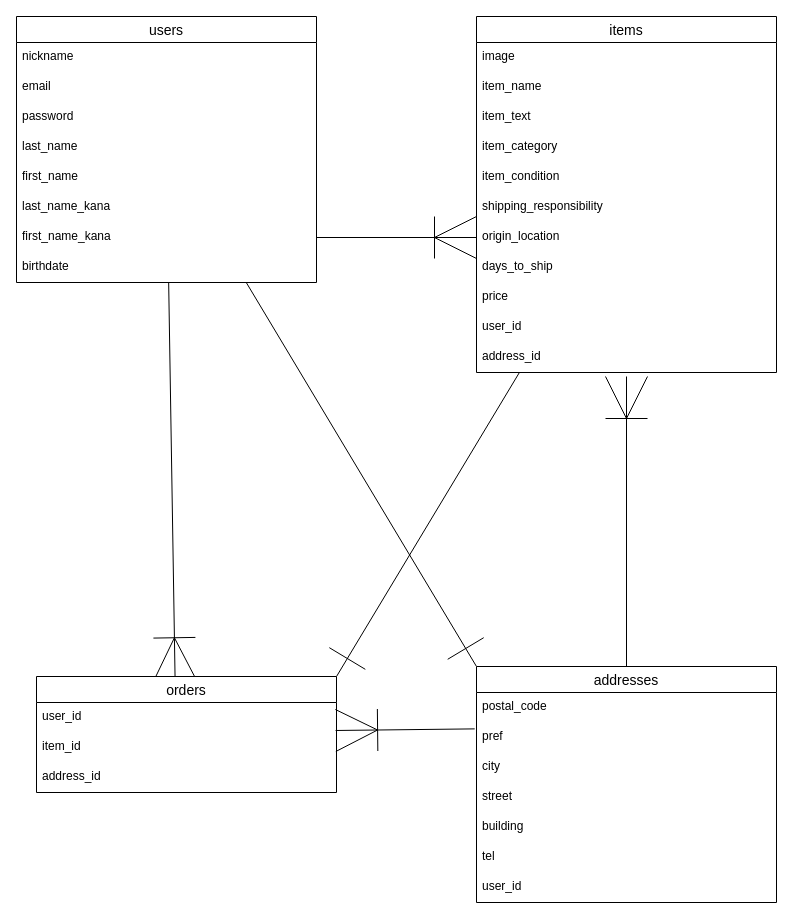
Above: ER.dio in mayaaki/furima-39739 (draw.io), before the change. Source tidied: cells renumbered, new cells numbered last; positions are measured from the earlier drawing's top-left corner, leaving out a move shared by most shapes. Both pictures are drawn from the tidied source at 100%, with x=0, y=0 at pixel (16, 16).
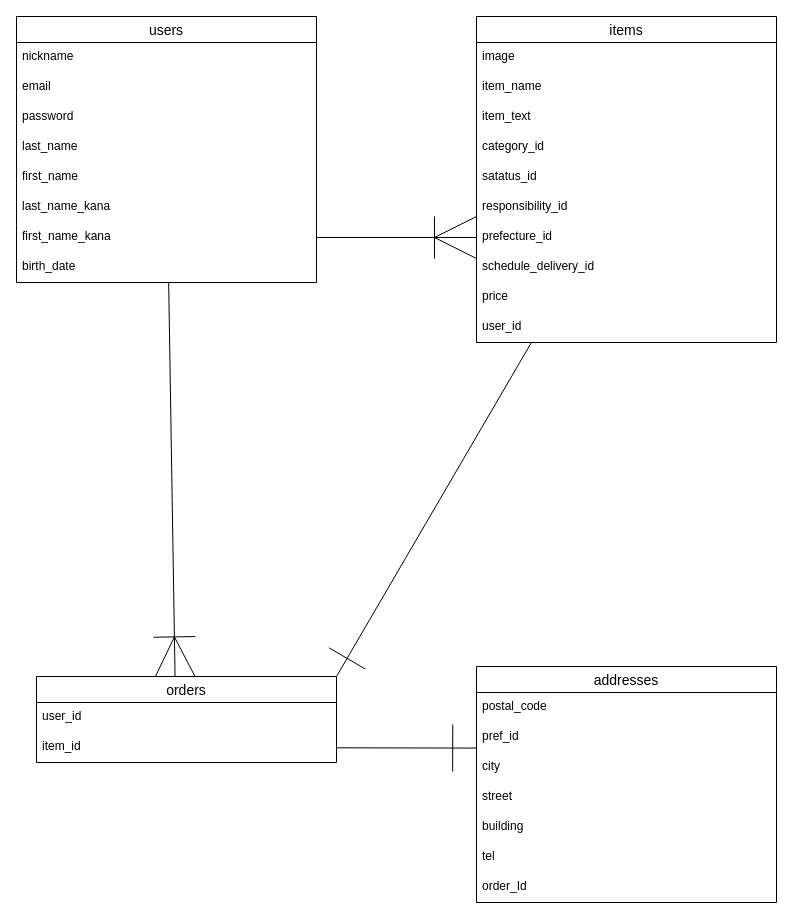
The same page after the edit.

Commit message (it also covers changes not shown here):
データベース設計　修正

The change refers to these unchanged cells:
```xml
<mxCell id="4" value="users" style="swimlane;fontStyle=0;horizontal=1;startSize=26;align=center;fontSize=14;" parent="1" vertex="1">
  <mxGeometry width="300" height="266" as="geometry" />
</mxCell>
<mxCell id="27" value="user_id" style="text;strokeColor=none;fillColor=none;spacingLeft=4;spacingRight=4;overflow=hidden;points=[[0,0.5],[1,0.5]];portConstraint=eastwest;fontSize=12;" parent="26" vertex="1">
  <mxGeometry y="26" width="300" height="30" as="geometry" />
</mxCell>
<mxCell id="28" value="item_id" style="text;strokeColor=none;fillColor=none;spacingLeft=4;spacingRight=4;overflow=hidden;points=[[0,0.5],[1,0.5]];portConstraint=eastwest;fontSize=12;" parent="26" vertex="1">
  <mxGeometry y="56" width="300" height="30" as="geometry" />
</mxCell>
<mxCell id="31" value="addresses" style="swimlane;fontStyle=0;horizontal=1;startSize=26;align=center;fontSize=14;" parent="1" vertex="1">
  <mxGeometry x="460" y="650" width="300" height="236" as="geometry" />
</mxCell>
<mxCell id="34" value="city" style="text;strokeColor=none;fillColor=none;spacingLeft=4;spacingRight=4;overflow=hidden;points=[[0,0.5],[1,0.5]];portConstraint=eastwest;fontSize=12;" parent="31" vertex="1">
  <mxGeometry y="86" width="300" height="30" as="geometry" />
</mxCell>
```

Diff of the diagram source:
```diff
@@
-    <mxCell id="3" style="edgeStyle=none;jumpSize=10;html=1;entryX=0;entryY=0;entryDx=0;entryDy=0;endArrow=ERone;endFill=0;startSize=6;endSize=40;targetPerimeterSpacing=0;" parent="1" edge="1" source="4" target="31">
-      <mxGeometry relative="1" as="geometry" />
-    </mxCell>
@@
-    <mxCell id="12" value="birthdate" style="text;strokeColor=none;fillColor=none;spacingLeft=4;spacingRight=4;overflow=hidden;fontSize=12;" parent="4" vertex="1">
+    <mxCell id="12" value="birth_date" style="text;strokeColor=none;fillColor=none;spacingLeft=4;spacingRight=4;overflow=hidden;fontSize=12;" parent="4" vertex="1">
       <mxGeometry y="236" width="300" height="30" as="geometry" />
     </mxCell>
@@
     <mxCell id="14" value="items" style="swimlane;fontStyle=0;horizontal=1;startSize=26;align=center;fontSize=14;" parent="1" vertex="1">
-      <mxGeometry x="460" width="300" height="356" as="geometry" />
+      <mxGeometry x="460" width="300" height="326" as="geometry" />
     </mxCell>
@@
-    <mxCell id="18" value="item_category" style="text;strokeColor=none;fillColor=none;spacingLeft=4;spacingRight=4;overflow=hidden;fontSize=12;" parent="14" vertex="1">
+    <mxCell id="18" value="category_id" style="text;strokeColor=none;fillColor=none;spacingLeft=4;spacingRight=4;overflow=hidden;fontSize=12;" parent="14" vertex="1">
       <mxGeometry y="116" width="300" height="30" as="geometry" />
     </mxCell>
-    <mxCell id="19" value="item_condition" style="text;strokeColor=none;fillColor=none;spacingLeft=4;spacingRight=4;overflow=hidden;fontSize=12;" parent="14" vertex="1">
+    <mxCell id="19" value="satatus_id" style="text;strokeColor=none;fillColor=none;spacingLeft=4;spacingRight=4;overflow=hidden;fontSize=12;" parent="14" vertex="1">
       <mxGeometry y="146" width="300" height="30" as="geometry" />
     </mxCell>
-    <mxCell id="20" value="shipping_responsibility" style="text;strokeColor=none;fillColor=none;spacingLeft=4;spacingRight=4;overflow=hidden;fontSize=12;" parent="14" vertex="1">
+    <mxCell id="20" value="responsibility_id" style="text;strokeColor=none;fillColor=none;spacingLeft=4;spacingRight=4;overflow=hidden;fontSize=12;" parent="14" vertex="1">
       <mxGeometry y="176" width="300" height="30" as="geometry" />
     </mxCell>
-    <mxCell id="21" value="origin_location" style="text;strokeColor=none;fillColor=none;spacingLeft=4;spacingRight=4;overflow=hidden;points=[[0,0.5],[1,0.5]];portConstraint=eastwest;fontSize=12;" parent="14" vertex="1">
+    <mxCell id="21" value="prefecture_id" style="text;strokeColor=none;fillColor=none;spacingLeft=4;spacingRight=4;overflow=hidden;points=[[0,0.5],[1,0.5]];portConstraint=eastwest;fontSize=12;" parent="14" vertex="1">
       <mxGeometry y="206" width="300" height="30" as="geometry" />
     </mxCell>
-    <mxCell id="22" value="days_to_ship" style="text;strokeColor=none;fillColor=none;spacingLeft=4;spacingRight=4;overflow=hidden;fontSize=12;" parent="14" vertex="1">
+    <mxCell id="22" value="schedule_delivery_id" style="text;strokeColor=none;fillColor=none;spacingLeft=4;spacingRight=4;overflow=hidden;fontSize=12;" parent="14" vertex="1">
       <mxGeometry y="236" width="300" height="30" as="geometry" />
     </mxCell>
@@
-    <mxCell id="25" value="address_id" style="text;strokeColor=none;fillColor=none;spacingLeft=4;spacingRight=4;overflow=hidden;fontSize=12;" parent="14" vertex="1">
-      <mxGeometry y="326" width="300" height="30" as="geometry" />
-    </mxCell>
     <mxCell id="26" value="orders" style="swimlane;fontStyle=0;horizontal=1;startSize=26;align=center;fontSize=14;" parent="1" vertex="1">
-      <mxGeometry x="20" y="660" width="300" height="116" as="geometry" />
+      <mxGeometry x="20" y="660" width="300" height="86" as="geometry" />
     </mxCell>
@@
-    <mxCell id="29" value="address_id" style="text;strokeColor=none;fillColor=none;spacingLeft=4;spacingRight=4;overflow=hidden;fontSize=12;" parent="26" vertex="1">
-      <mxGeometry y="86" width="300" height="30" as="geometry" />
-    </mxCell>
-    <mxCell id="30" style="edgeStyle=none;jumpSize=10;html=1;endArrow=ERoneToMany;endFill=0;startSize=7;endSize=40;targetPerimeterSpacing=0;" parent="1" edge="1" source="31">
-      <mxGeometry relative="1" as="geometry">
-        <mxPoint x="610" y="360" as="targetPoint" />
-      </mxGeometry>
-    </mxCell>
@@
-    <mxCell id="33" value="pref" style="text;strokeColor=none;fillColor=none;spacingLeft=4;spacingRight=4;overflow=hidden;points=[[0,0.5],[1,0.5]];portConstraint=eastwest;fontSize=12;" parent="31" vertex="1">
+    <mxCell id="33" value="pref_id" style="text;strokeColor=none;fillColor=none;spacingLeft=4;spacingRight=4;overflow=hidden;points=[[0,0.5],[1,0.5]];portConstraint=eastwest;fontSize=12;" parent="31" vertex="1">
       <mxGeometry y="56" width="300" height="30" as="geometry" />
     </mxCell>
@@
-    <mxCell id="38" value="user_id" style="text;strokeColor=none;fillColor=none;spacingLeft=4;spacingRight=4;overflow=hidden;fontSize=12;" parent="31" vertex="1">
-      <mxGeometry y="206" width="300" height="30" as="geometry" />
-    </mxCell>
+    <mxCell id="30" value="order_Id" style="text;strokeColor=none;fillColor=none;spacingLeft=4;spacingRight=4;overflow=hidden;fontSize=12;" parent="31" vertex="1">
+      <mxGeometry y="206" width="300" height="30" as="geometry" />
+    </mxCell>
@@
-    <mxCell id="40" style="edgeStyle=none;jumpSize=10;html=1;endArrow=ERoneToMany;endFill=0;startSize=6;endSize=40;targetPerimeterSpacing=0;exitX=-0.006;exitY=0.213;exitDx=0;exitDy=0;exitPerimeter=0;entryX=0.997;entryY=0.933;entryDx=0;entryDy=0;entryPerimeter=0;" parent="1" edge="1" source="33" target="27">
-      <mxGeometry relative="1" as="geometry" />
-    </mxCell>
+    <mxCell id="41" style="edgeStyle=none;html=1;entryX=-0.001;entryY=-0.147;entryDx=0;entryDy=0;entryPerimeter=0;endArrow=ERone;endFill=0;strokeWidth=1;endSize=45;" parent="1" edge="1" source="28" target="34">
+      <mxGeometry relative="1" as="geometry" />
+    </mxCell>
```
